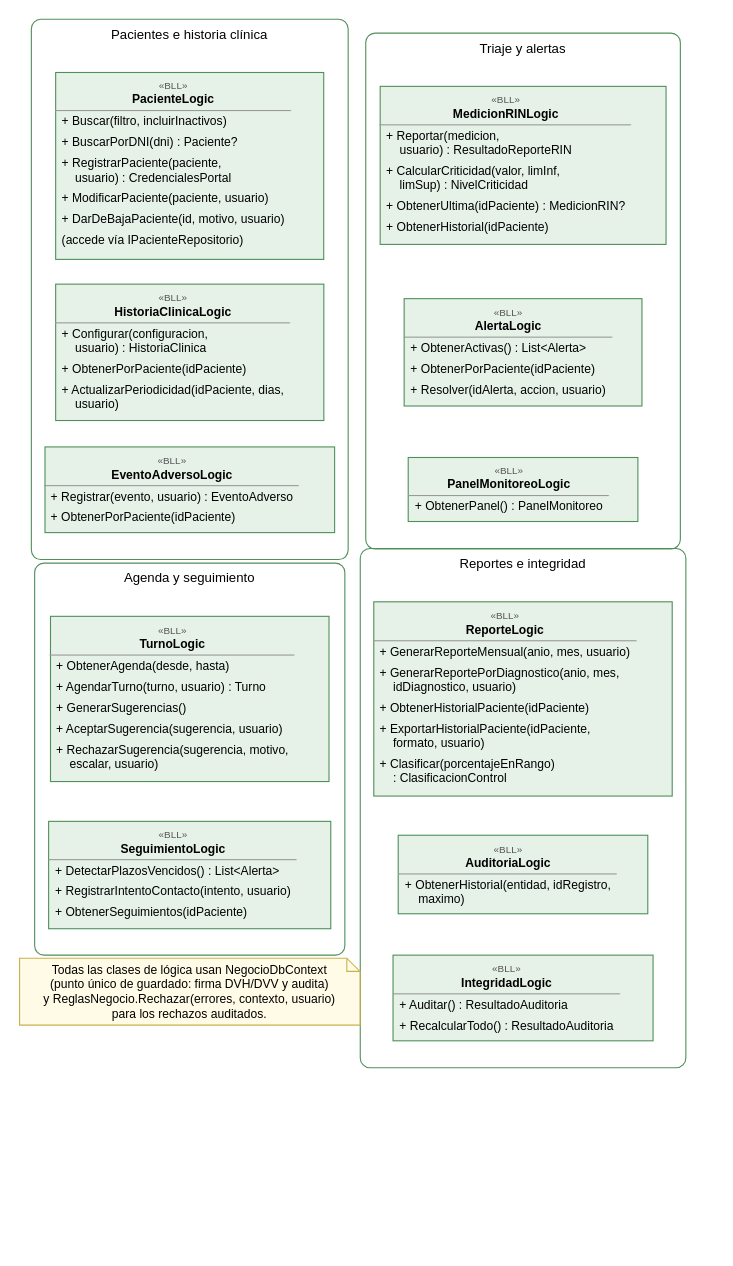
Earlier version of the draw.io diagram Diagramas/Arquitectura/G06 - Logica de negocio (clases).drawio (DanteSchlogl/OpenRIN-corregido). Source tidied: cells renumbered, new cells numbered last; positions are measured from the earlier drawing's top-left corner, leaving out a move shared by most shapes. Both pictures are drawn from the tidied source at 110%, with x=0, y=0 at pixel (19, 19).
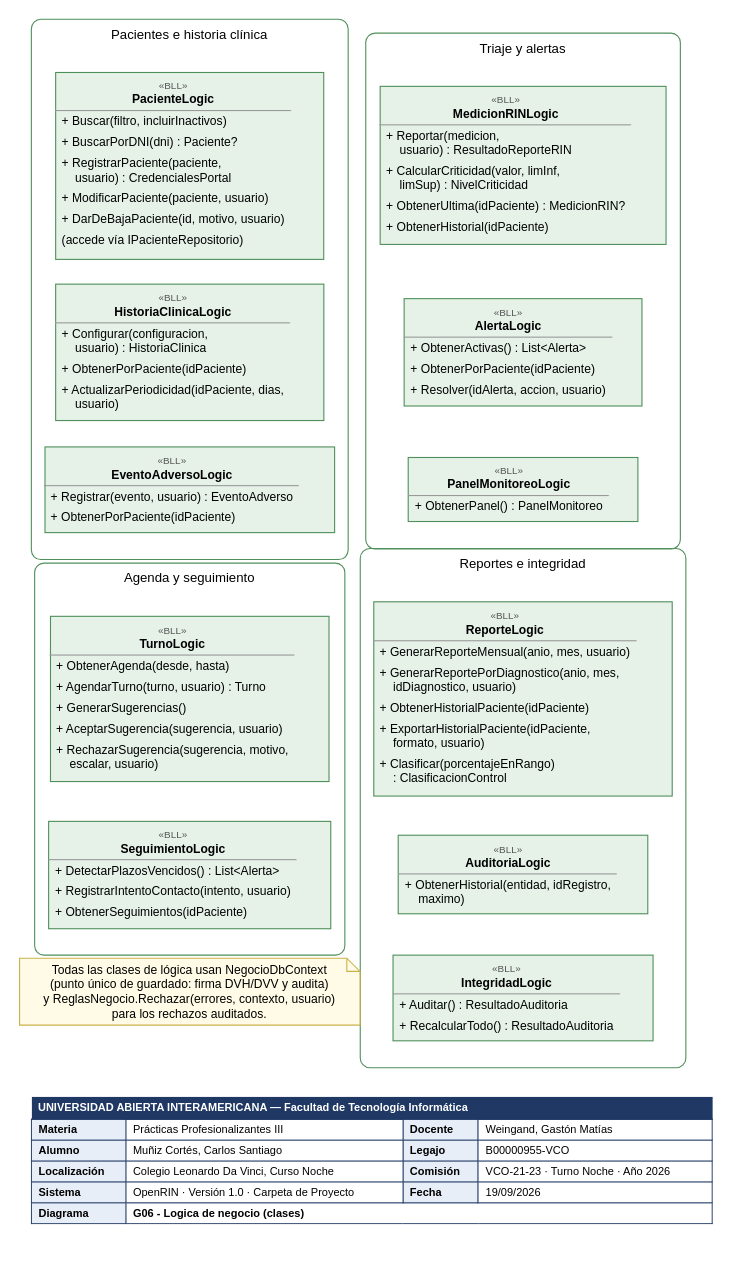
The same page after the edit.

Change to the diagram source:
```diff
@@
 <mxGraphModel>
   <root>
     <mxCell id="0" />
     <mxCell id="1" parent="0" />
     <mxCell id="2" value="Pacientes e historia clínica" style="rounded=1;arcSize=3;whiteSpace=wrap;html=1;fillColor=none;strokeColor=#4F8F5A;verticalAlign=top;fontFamily=Arial;fontSize=12;" parent="1" vertex="1">
       <mxGeometry x="11" width="288" height="491.2" as="geometry" />
     </mxCell>
     <mxCell id="3" value="Triaje y alertas" style="rounded=1;arcSize=3;whiteSpace=wrap;html=1;fillColor=none;strokeColor=#4F8F5A;verticalAlign=top;fontFamily=Arial;fontSize=12;" parent="1" vertex="1">
       <mxGeometry x="315" y="12.6" width="286" height="469" as="geometry" />
     </mxCell>
     <mxCell id="4" value="Agenda y seguimiento" style="rounded=1;arcSize=3;whiteSpace=wrap;html=1;fillColor=none;strokeColor=#4F8F5A;verticalAlign=top;fontFamily=Arial;fontSize=12;" parent="1" vertex="1">
       <mxGeometry x="14" y="494.4" width="282" height="356.4" as="geometry" />
     </mxCell>
     <mxCell id="5" value="Reportes e integridad" style="rounded=1;arcSize=3;whiteSpace=wrap;html=1;fillColor=none;strokeColor=#4F8F5A;verticalAlign=top;fontFamily=Arial;fontSize=12;" parent="1" vertex="1">
       <mxGeometry x="310" y="481.2" width="296" height="472" as="geometry" />
     </mxCell>
     <mxCell id="6" value="&lt;div style=&quot;font-family:Arial;font-size:11px;padding:3px 0 0 0;text-align:center;line-height:11px;font-size:9px;color:#555555;&quot;&gt;«BLL»&lt;/div&gt;&lt;div style=&quot;font-family:Arial;font-size:11px;padding:0 0 3px 0;text-align:center;line-height:13px;font-weight:bold;&quot;&gt;PacienteLogic&lt;/div&gt;&lt;hr style=&quot;margin:0;&quot; size=&quot;1&quot;/&gt;&lt;div style=&quot;font-family:Arial;font-size:11px;padding:3px 6px;line-height:13px;text-align:left;&quot;&gt;+ Buscar(filtro, incluirInactivos)&lt;/div&gt;&lt;div style=&quot;font-family:Arial;font-size:11px;padding:3px 6px;line-height:13px;text-align:left;&quot;&gt;+ BuscarPorDNI(dni) : Paciente?&lt;/div&gt;&lt;div style=&quot;font-family:Arial;font-size:11px;padding:3px 6px;line-height:13px;text-align:left;&quot;&gt;+ RegistrarPaciente(paciente,&lt;br/&gt;&amp;#160;&amp;#160;&amp;#160;&amp;#160;usuario) : CredencialesPortal&lt;/div&gt;&lt;div style=&quot;font-family:Arial;font-size:11px;padding:3px 6px;line-height:13px;text-align:left;&quot;&gt;+ ModificarPaciente(paciente, usuario)&lt;/div&gt;&lt;div style=&quot;font-family:Arial;font-size:11px;padding:3px 6px;line-height:13px;text-align:left;&quot;&gt;+ DarDeBajaPaciente(id, motivo, usuario)&lt;/div&gt;&lt;div style=&quot;font-family:Arial;font-size:11px;padding:3px 6px;line-height:13px;text-align:left;&quot;&gt;(accede vía IPacienteRepositorio)&lt;/div&gt;" style="whiteSpace=wrap;html=1;align=left;verticalAlign=top;overflow=hidden;spacing=0;fillColor=#E6F2E8;strokeColor=#4F8F5A;" parent="1" vertex="1">
       <mxGeometry x="33.1" y="48.4" width="243.7" height="169.9" as="geometry" />
     </mxCell>
     <mxCell id="7" value="&lt;div style=&quot;font-family:Arial;font-size:11px;padding:3px 0 0 0;text-align:center;line-height:11px;font-size:9px;color:#555555;&quot;&gt;«BLL»&lt;/div&gt;&lt;div style=&quot;font-family:Arial;font-size:11px;padding:0 0 3px 0;text-align:center;line-height:13px;font-weight:bold;&quot;&gt;HistoriaClinicaLogic&lt;/div&gt;&lt;hr style=&quot;margin:0;&quot; size=&quot;1&quot;/&gt;&lt;div style=&quot;font-family:Arial;font-size:11px;padding:3px 6px;line-height:13px;text-align:left;&quot;&gt;+ Configurar(configuracion,&lt;br/&gt;&amp;#160;&amp;#160;&amp;#160;&amp;#160;usuario) : HistoriaClinica&lt;/div&gt;&lt;div style=&quot;font-family:Arial;font-size:11px;padding:3px 6px;line-height:13px;text-align:left;&quot;&gt;+ ObtenerPorPaciente(idPaciente)&lt;/div&gt;&lt;div style=&quot;font-family:Arial;font-size:11px;padding:3px 6px;line-height:13px;text-align:left;&quot;&gt;+ ActualizarPeriodicidad(idPaciente, dias,&lt;br/&gt;&amp;#160;&amp;#160;&amp;#160;&amp;#160;usuario)&lt;/div&gt;" style="whiteSpace=wrap;html=1;align=left;verticalAlign=top;overflow=hidden;spacing=0;fillColor=#E6F2E8;strokeColor=#4F8F5A;" parent="1" vertex="1">
       <mxGeometry x="33.1" y="240.8" width="243.8" height="124" as="geometry" />
     </mxCell>
     <mxCell id="8" value="&lt;div style=&quot;font-family:Arial;font-size:11px;padding:3px 0 0 0;text-align:center;line-height:11px;font-size:9px;color:#555555;&quot;&gt;«BLL»&lt;/div&gt;&lt;div style=&quot;font-family:Arial;font-size:11px;padding:0 0 3px 0;text-align:center;line-height:13px;font-weight:bold;&quot;&gt;EventoAdversoLogic&lt;/div&gt;&lt;hr style=&quot;margin:0;&quot; size=&quot;1&quot;/&gt;&lt;div style=&quot;font-family:Arial;font-size:11px;padding:3px 6px;line-height:13px;text-align:left;&quot;&gt;+ Registrar(evento, usuario) : EventoAdverso&lt;/div&gt;&lt;div style=&quot;font-family:Arial;font-size:11px;padding:3px 6px;line-height:13px;text-align:left;&quot;&gt;+ ObtenerPorPaciente(idPaciente)&lt;/div&gt;" style="whiteSpace=wrap;html=1;align=left;verticalAlign=top;overflow=hidden;spacing=0;fillColor=#E6F2E8;strokeColor=#4F8F5A;" parent="1" vertex="1">
       <mxGeometry x="23.4" y="388.8" width="263.3" height="77.9" as="geometry" />
     </mxCell>
     <mxCell id="9" value="&lt;div style=&quot;font-family:Arial;font-size:11px;padding:3px 0 0 0;text-align:center;line-height:11px;font-size:9px;color:#555555;&quot;&gt;«BLL»&lt;/div&gt;&lt;div style=&quot;font-family:Arial;font-size:11px;padding:0 0 3px 0;text-align:center;line-height:13px;font-weight:bold;&quot;&gt;MedicionRINLogic&lt;/div&gt;&lt;hr style=&quot;margin:0;&quot; size=&quot;1&quot;/&gt;&lt;div style=&quot;font-family:Arial;font-size:11px;padding:3px 6px;line-height:13px;text-align:left;&quot;&gt;+ Reportar(medicion,&lt;br/&gt;&amp;#160;&amp;#160;&amp;#160;&amp;#160;usuario) : ResultadoReporteRIN&lt;/div&gt;&lt;div style=&quot;font-family:Arial;font-size:11px;padding:3px 6px;line-height:13px;text-align:left;&quot;&gt;+ CalcularCriticidad(valor, limInf,&lt;br/&gt;&amp;#160;&amp;#160;&amp;#160;&amp;#160;limSup) : NivelCriticidad&lt;/div&gt;&lt;div style=&quot;font-family:Arial;font-size:11px;padding:3px 6px;line-height:13px;text-align:left;&quot;&gt;+ ObtenerUltima(idPaciente) : MedicionRIN?&lt;/div&gt;&lt;div style=&quot;font-family:Arial;font-size:11px;padding:3px 6px;line-height:13px;text-align:left;&quot;&gt;+ ObtenerHistorial(idPaciente)&lt;/div&gt;" style="whiteSpace=wrap;html=1;align=left;verticalAlign=top;overflow=hidden;spacing=0;fillColor=#E6F2E8;strokeColor=#4F8F5A;" parent="1" vertex="1">
       <mxGeometry x="328.1" y="61" width="259.9" height="143.7" as="geometry" />
     </mxCell>
     <mxCell id="10" value="&lt;div style=&quot;font-family:Arial;font-size:11px;padding:3px 0 0 0;text-align:center;line-height:11px;font-size:9px;color:#555555;&quot;&gt;«BLL»&lt;/div&gt;&lt;div style=&quot;font-family:Arial;font-size:11px;padding:0 0 3px 0;text-align:center;line-height:13px;font-weight:bold;&quot;&gt;AlertaLogic&lt;/div&gt;&lt;hr style=&quot;margin:0;&quot; size=&quot;1&quot;/&gt;&lt;div style=&quot;font-family:Arial;font-size:11px;padding:3px 6px;line-height:13px;text-align:left;&quot;&gt;+ ObtenerActivas() : List&amp;lt;Alerta&amp;gt;&lt;/div&gt;&lt;div style=&quot;font-family:Arial;font-size:11px;padding:3px 6px;line-height:13px;text-align:left;&quot;&gt;+ ObtenerPorPaciente(idPaciente)&lt;/div&gt;&lt;div style=&quot;font-family:Arial;font-size:11px;padding:3px 6px;line-height:13px;text-align:left;&quot;&gt;+ Resolver(idAlerta, accion, usuario)&lt;/div&gt;" style="whiteSpace=wrap;html=1;align=left;verticalAlign=top;overflow=hidden;spacing=0;fillColor=#E6F2E8;strokeColor=#4F8F5A;" parent="1" vertex="1">
       <mxGeometry x="349.9" y="254" width="216.2" height="97.6" as="geometry" />
     </mxCell>
     <mxCell id="11" value="&lt;div style=&quot;font-family:Arial;font-size:11px;padding:3px 0 0 0;text-align:center;line-height:11px;font-size:9px;color:#555555;&quot;&gt;«BLL»&lt;/div&gt;&lt;div style=&quot;font-family:Arial;font-size:11px;padding:0 0 3px 0;text-align:center;line-height:13px;font-weight:bold;&quot;&gt;PanelMonitoreoLogic&lt;/div&gt;&lt;hr style=&quot;margin:0;&quot; size=&quot;1&quot;/&gt;&lt;div style=&quot;font-family:Arial;font-size:11px;padding:3px 6px;line-height:13px;text-align:left;&quot;&gt;+ ObtenerPanel() : PanelMonitoreo&lt;/div&gt;" style="whiteSpace=wrap;html=1;align=left;verticalAlign=top;overflow=hidden;spacing=0;fillColor=#E6F2E8;strokeColor=#4F8F5A;" parent="1" vertex="1">
       <mxGeometry x="353.6" y="398.4" width="208.8" height="58.2" as="geometry" />
     </mxCell>
     <mxCell id="12" value="&lt;div style=&quot;font-family:Arial;font-size:11px;padding:3px 0 0 0;text-align:center;line-height:11px;font-size:9px;color:#555555;&quot;&gt;«BLL»&lt;/div&gt;&lt;div style=&quot;font-family:Arial;font-size:11px;padding:0 0 3px 0;text-align:center;line-height:13px;font-weight:bold;&quot;&gt;TurnoLogic&lt;/div&gt;&lt;hr style=&quot;margin:0;&quot; size=&quot;1&quot;/&gt;&lt;div style=&quot;font-family:Arial;font-size:11px;padding:3px 6px;line-height:13px;text-align:left;&quot;&gt;+ ObtenerAgenda(desde, hasta)&lt;/div&gt;&lt;div style=&quot;font-family:Arial;font-size:11px;padding:3px 6px;line-height:13px;text-align:left;&quot;&gt;+ AgendarTurno(turno, usuario) : Turno&lt;/div&gt;&lt;div style=&quot;font-family:Arial;font-size:11px;padding:3px 6px;line-height:13px;text-align:left;&quot;&gt;+ GenerarSugerencias()&lt;/div&gt;&lt;div style=&quot;font-family:Arial;font-size:11px;padding:3px 6px;line-height:13px;text-align:left;&quot;&gt;+ AceptarSugerencia(sugerencia, usuario)&lt;/div&gt;&lt;div style=&quot;font-family:Arial;font-size:11px;padding:3px 6px;line-height:13px;text-align:left;&quot;&gt;+ RechazarSugerencia(sugerencia, motivo,&lt;br/&gt;&amp;#160;&amp;#160;&amp;#160;&amp;#160;escalar, usuario)&lt;/div&gt;" style="whiteSpace=wrap;html=1;align=left;verticalAlign=top;overflow=hidden;spacing=0;fillColor=#E6F2E8;strokeColor=#4F8F5A;" parent="1" vertex="1">
       <mxGeometry x="28.4" y="542.8" width="253.2" height="150.2" as="geometry" />
     </mxCell>
     <mxCell id="13" value="&lt;div style=&quot;font-family:Arial;font-size:11px;padding:3px 0 0 0;text-align:center;line-height:11px;font-size:9px;color:#555555;&quot;&gt;«BLL»&lt;/div&gt;&lt;div style=&quot;font-family:Arial;font-size:11px;padding:0 0 3px 0;text-align:center;line-height:13px;font-weight:bold;&quot;&gt;SeguimientoLogic&lt;/div&gt;&lt;hr style=&quot;margin:0;&quot; size=&quot;1&quot;/&gt;&lt;div style=&quot;font-family:Arial;font-size:11px;padding:3px 6px;line-height:13px;text-align:left;&quot;&gt;+ DetectarPlazosVencidos() : List&amp;lt;Alerta&amp;gt;&lt;/div&gt;&lt;div style=&quot;font-family:Arial;font-size:11px;padding:3px 6px;line-height:13px;text-align:left;&quot;&gt;+ RegistrarIntentoContacto(intento, usuario)&lt;/div&gt;&lt;div style=&quot;font-family:Arial;font-size:11px;padding:3px 6px;line-height:13px;text-align:left;&quot;&gt;+ ObtenerSeguimientos(idPaciente)&lt;/div&gt;" style="whiteSpace=wrap;html=1;align=left;verticalAlign=top;overflow=hidden;spacing=0;fillColor=#E6F2E8;strokeColor=#4F8F5A;" parent="1" vertex="1">
       <mxGeometry x="26.7" y="729.2" width="256.5" height="97.6" as="geometry" />
     </mxCell>
     <mxCell id="14" value="&lt;div style=&quot;font-family:Arial;font-size:11px;padding:3px 0 0 0;text-align:center;line-height:11px;font-size:9px;color:#555555;&quot;&gt;«BLL»&lt;/div&gt;&lt;div style=&quot;font-family:Arial;font-size:11px;padding:0 0 3px 0;text-align:center;line-height:13px;font-weight:bold;&quot;&gt;ReporteLogic&lt;/div&gt;&lt;hr style=&quot;margin:0;&quot; size=&quot;1&quot;/&gt;&lt;div style=&quot;font-family:Arial;font-size:11px;padding:3px 6px;line-height:13px;text-align:left;&quot;&gt;+ GenerarReporteMensual(anio, mes, usuario)&lt;/div&gt;&lt;div style=&quot;font-family:Arial;font-size:11px;padding:3px 6px;line-height:13px;text-align:left;&quot;&gt;+ GenerarReportePorDiagnostico(anio, mes,&lt;br/&gt;&amp;#160;&amp;#160;&amp;#160;&amp;#160;idDiagnostico, usuario)&lt;/div&gt;&lt;div style=&quot;font-family:Arial;font-size:11px;padding:3px 6px;line-height:13px;text-align:left;&quot;&gt;+ ObtenerHistorialPaciente(idPaciente)&lt;/div&gt;&lt;div style=&quot;font-family:Arial;font-size:11px;padding:3px 6px;line-height:13px;text-align:left;&quot;&gt;+ ExportarHistorialPaciente(idPaciente,&lt;br/&gt;&amp;#160;&amp;#160;&amp;#160;&amp;#160;formato, usuario)&lt;/div&gt;&lt;div style=&quot;font-family:Arial;font-size:11px;padding:3px 6px;line-height:13px;text-align:left;&quot;&gt;+ Clasificar(porcentajeEnRango)&lt;br/&gt;&amp;#160;&amp;#160;&amp;#160;&amp;#160;: ClasificacionControl&lt;/div&gt;" style="whiteSpace=wrap;html=1;align=left;verticalAlign=top;overflow=hidden;spacing=0;fillColor=#E6F2E8;strokeColor=#4F8F5A;" parent="1" vertex="1">
       <mxGeometry x="322.3" y="529.6" width="271.3" height="176.6" as="geometry" />
     </mxCell>
     <mxCell id="15" value="&lt;div style=&quot;font-family:Arial;font-size:11px;padding:3px 0 0 0;text-align:center;line-height:11px;font-size:9px;color:#555555;&quot;&gt;«BLL»&lt;/div&gt;&lt;div style=&quot;font-family:Arial;font-size:11px;padding:0 0 3px 0;text-align:center;line-height:13px;font-weight:bold;&quot;&gt;AuditoriaLogic&lt;/div&gt;&lt;hr style=&quot;margin:0;&quot; size=&quot;1&quot;/&gt;&lt;div style=&quot;font-family:Arial;font-size:11px;padding:3px 6px;line-height:13px;text-align:left;&quot;&gt;+ ObtenerHistorial(entidad, idRegistro,&lt;br/&gt;&amp;#160;&amp;#160;&amp;#160;&amp;#160;maximo)&lt;/div&gt;" style="whiteSpace=wrap;html=1;align=left;verticalAlign=top;overflow=hidden;spacing=0;fillColor=#E6F2E8;strokeColor=#4F8F5A;" parent="1" vertex="1">
       <mxGeometry x="344.5" y="741.8" width="226.9" height="71.4" as="geometry" />
     </mxCell>
     <mxCell id="16" value="&lt;div style=&quot;font-family:Arial;font-size:11px;padding:3px 0 0 0;text-align:center;line-height:11px;font-size:9px;color:#555555;&quot;&gt;«BLL»&lt;/div&gt;&lt;div style=&quot;font-family:Arial;font-size:11px;padding:0 0 3px 0;text-align:center;line-height:13px;font-weight:bold;&quot;&gt;IntegridadLogic&lt;/div&gt;&lt;hr style=&quot;margin:0;&quot; size=&quot;1&quot;/&gt;&lt;div style=&quot;font-family:Arial;font-size:11px;padding:3px 6px;line-height:13px;text-align:left;&quot;&gt;+ Auditar() : ResultadoAuditoria&lt;/div&gt;&lt;div style=&quot;font-family:Arial;font-size:11px;padding:3px 6px;line-height:13px;text-align:left;&quot;&gt;+ RecalcularTodo() : ResultadoAuditoria&lt;/div&gt;" style="whiteSpace=wrap;html=1;align=left;verticalAlign=top;overflow=hidden;spacing=0;fillColor=#E6F2E8;strokeColor=#4F8F5A;" parent="1" vertex="1">
       <mxGeometry x="339.8" y="850.8" width="236.4" height="77.9" as="geometry" />
     </mxCell>
     <mxCell id="17" value="Todas las clases de lógica usan NegocioDbContext&lt;br/&gt;(punto único de guardado: firma DVH/DVV y audita)&lt;br/&gt;y ReglasNegocio.Rechazar(errores, contexto, usuario)&lt;br/&gt;para los rechazos auditados." style="shape=note;whiteSpace=wrap;html=1;fillColor=#FFFBE6;strokeColor=#C9B24A;fontFamily=Arial;fontSize=11;size=12;" parent="1" vertex="1">
       <mxGeometry x="0.3" y="853.6" width="309.5" height="60.8" as="geometry" />
     </mxCell>
+    <mxCell id="18" value="&lt;table style=&quot;border-collapse:collapse;font-family:Arial;font-size:10px;width:620px;table-layout:auto;&quot;&gt;&lt;tr&gt;&lt;td colspan=&quot;4&quot; style=&quot;background:#1F3864;color:#FFFFFF;font-weight:bold;padding:4px 6px;&quot;&gt;UNIVERSIDAD ABIERTA INTERAMERICANA — Facultad de Tecnología Informática&lt;/td&gt;&lt;/tr&gt;&lt;tr&gt;&lt;td style=&quot;border:1px solid #1F3864;padding:3px 6px;font-weight:bold;background:#E8EEF8;white-space:nowrap;&quot;&gt;Materia&lt;/td&gt;&lt;td style=&quot;border:1px solid #1F3864;padding:3px 6px;&quot;&gt;Prácticas Profesionalizantes III&lt;/td&gt;&lt;td style=&quot;border:1px solid #1F3864;padding:3px 6px;font-weight:bold;background:#E8EEF8;white-space:nowrap;&quot;&gt;Docente&lt;/td&gt;&lt;td style=&quot;border:1px solid #1F3864;padding:3px 6px;&quot;&gt;Weingand, Gastón Matías&lt;/td&gt;&lt;/tr&gt;&lt;tr&gt;&lt;td style=&quot;border:1px solid #1F3864;padding:3px 6px;font-weight:bold;background:#E8EEF8;white-space:nowrap;&quot;&gt;Alumno&lt;/td&gt;&lt;td style=&quot;border:1px solid #1F3864;padding:3px 6px;&quot;&gt;Muñiz Cortés, Carlos Santiago&lt;/td&gt;&lt;td style=&quot;border:1px solid #1F3864;padding:3px 6px;font-weight:bold;background:#E8EEF8;white-space:nowrap;&quot;&gt;Legajo&lt;/td&gt;&lt;td style=&quot;border:1px solid #1F3864;padding:3px 6px;&quot;&gt;B00000955-VCO&lt;/td&gt;&lt;/tr&gt;&lt;tr&gt;&lt;td style=&quot;border:1px solid #1F3864;padding:3px 6px;font-weight:bold;background:#E8EEF8;white-space:nowrap;&quot;&gt;Localización&lt;/td&gt;&lt;td style=&quot;border:1px solid #1F3864;padding:3px 6px;&quot;&gt;Colegio Leonardo Da Vinci, Curso Noche&lt;/td&gt;&lt;td style=&quot;border:1px solid #1F3864;padding:3px 6px;font-weight:bold;background:#E8EEF8;white-space:nowrap;&quot;&gt;Comisión&lt;/td&gt;&lt;td style=&quot;border:1px solid #1F3864;padding:3px 6px;&quot;&gt;VCO-21-23 · Turno Noche · Año 2026&lt;/td&gt;&lt;/tr&gt;&lt;tr&gt;&lt;td style=&quot;border:1px solid #1F3864;padding:3px 6px;font-weight:bold;background:#E8EEF8;white-space:nowrap;&quot;&gt;Sistema&lt;/td&gt;&lt;td style=&quot;border:1px solid #1F3864;padding:3px 6px;&quot;&gt;OpenRIN · Versión 1.0 · Carpeta de Proyecto&lt;/td&gt;&lt;td style=&quot;border:1px solid #1F3864;padding:3px 6px;font-weight:bold;background:#E8EEF8;white-space:nowrap;&quot;&gt;Fecha&lt;/td&gt;&lt;td style=&quot;border:1px solid #1F3864;padding:3px 6px;&quot;&gt;19/09/2026&lt;/td&gt;&lt;/tr&gt;&lt;tr&gt;&lt;td style=&quot;border:1px solid #1F3864;padding:3px 6px;font-weight:bold;background:#E8EEF8;white-space:nowrap;&quot;&gt;Diagrama&lt;/td&gt;&lt;td colspan=&quot;3&quot; style=&quot;border:1px solid #1F3864;padding:3px 6px;font-weight:bold;&quot;&gt;G06 - Logica de negocio (clases)&lt;/td&gt;&lt;/tr&gt;&lt;/table&gt;" style="html=1;whiteSpace=wrap;overflow=hidden;align=left;verticalAlign=top;fillColor=#FFFFFF;strokeColor=none;spacing=0;" parent="1" vertex="1">
+      <mxGeometry x="11" y="975.2" width="620" height="136" as="geometry" />
+    </mxCell>
   </root>
 </mxGraphModel>
```
